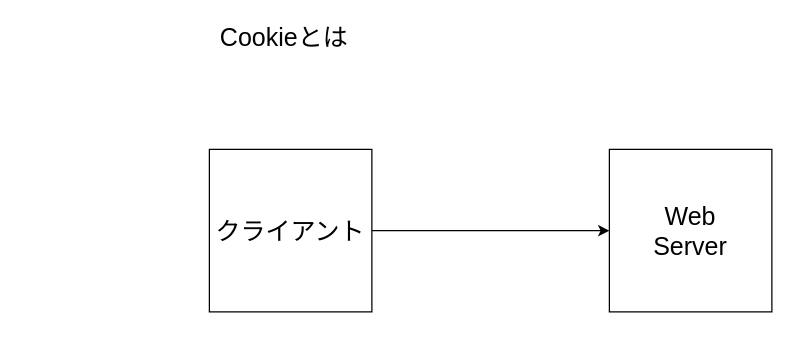
SantaSan-1224/HideoutRepo keeps this draw.io diagram as Untitled Diagram.drawio. Above is the earlier version. Source tidied: cells renumbered, new cells numbered last; positions are measured from the earlier drawing's top-left corner, leaving out a move shared by most shapes. Both pictures are drawn from the tidied source at 125%, with x=0, y=0 at pixel (209, 24).
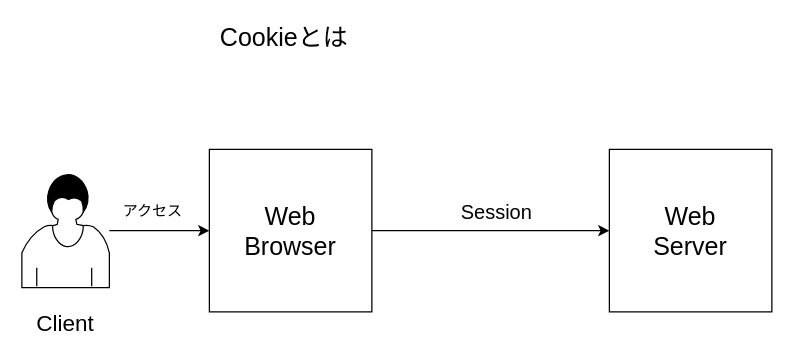
The same diagram, later.

The edit, as a diff of the source:
```diff
@@
 <mxGraphModel>
   <root>
     <mxCell id="0" />
     <mxCell id="1" parent="0" />
     <mxCell id="2" value="Cookieとは" style="text;html=1;strokeColor=none;fillColor=none;align=center;verticalAlign=middle;whiteSpace=wrap;rounded=0;fontSize=20;" parent="1" vertex="1">
       <mxGeometry width="120" height="20" as="geometry" />
     </mxCell>
-    <mxCell id="3" value="クライアント" style="whiteSpace=wrap;html=1;fontSize=20;" parent="1" vertex="1">
+    <mxCell id="3" value="Web&lt;br&gt;Browser" style="whiteSpace=wrap;html=1;fontSize=20;" parent="1" vertex="1">
       <mxGeometry y="100" width="130" height="130" as="geometry" />
     </mxCell>
     <mxCell id="4" style="endArrow=classic;html=1;fontSize=20;exitX=1;exitY=0.5;exitDx=0;exitDy=0;entryX=0;entryY=0.5;entryDx=0;entryDy=0;" parent="1" edge="1" source="3" target="5">
       <mxGeometry relative="1" as="geometry" />
     </mxCell>
     <mxCell id="5" value="Web&lt;br&gt;Server" style="whiteSpace=wrap;html=1;fontSize=20;" parent="1" vertex="1">
       <mxGeometry x="320" y="100" width="130" height="130" as="geometry" />
     </mxCell>
+    <mxCell id="6" style="shape=mxgraph.bpmn.user_task;html=1;outlineConnect=0;fontSize=32;" parent="1" vertex="1">
+      <mxGeometry x="-150" y="119.5" width="70" height="91" as="geometry" />
+    </mxCell>
+    <mxCell id="7" style="endArrow=classic;html=1;fontSize=32;entryX=0;entryY=0.5;entryDx=0;entryDy=0;" parent="1" edge="1" source="6" target="3">
+      <mxGeometry relative="1" as="geometry" />
+    </mxCell>
+    <mxCell id="8" value="Client" style="text;html=1;strokeColor=none;fillColor=none;align=center;verticalAlign=middle;whiteSpace=wrap;rounded=0;fontSize=18;" parent="1" vertex="1">
+      <mxGeometry x="-135" y="230" width="40" height="20" as="geometry" />
+    </mxCell>
+    <mxCell id="9" value="アクセス" style="text;html=1;strokeColor=none;fillColor=none;align=center;verticalAlign=middle;whiteSpace=wrap;rounded=0;fontSize=12;" parent="1" vertex="1">
+      <mxGeometry x="-80" y="140" width="70" height="20" as="geometry" />
+    </mxCell>
+    <mxCell id="10" value="Session" style="text;html=1;strokeColor=none;fillColor=none;align=center;verticalAlign=middle;whiteSpace=wrap;rounded=0;fontSize=16;" parent="1" vertex="1">
+      <mxGeometry x="210" y="140" width="40" height="20" as="geometry" />
+    </mxCell>
   </root>
 </mxGraphModel>
```
